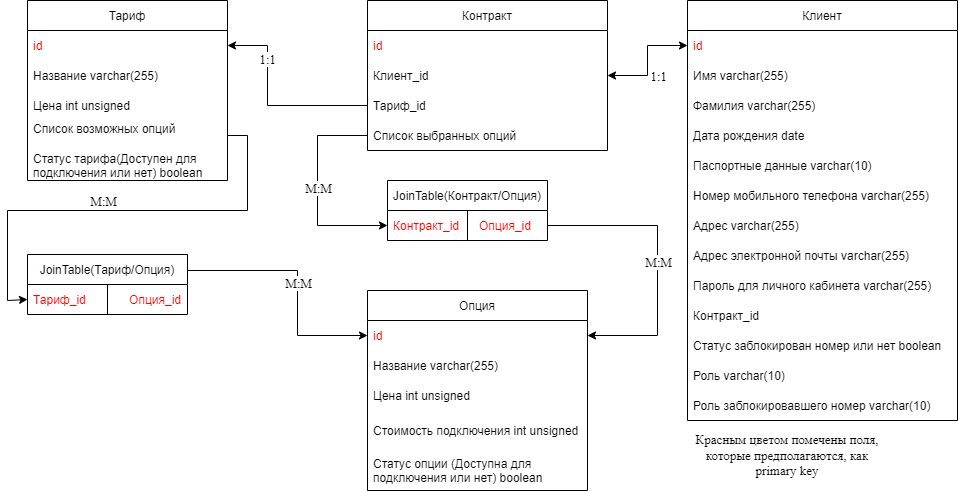
Before: database/database_scheme.png, a diagram exported from draw.io (mrKust/MobileOperatorJavaSchoolT). Source tidied: cells renumbered, new cells last; positions are measured from the earlier drawing's top-left corner, leaving out a move shared by most shapes.
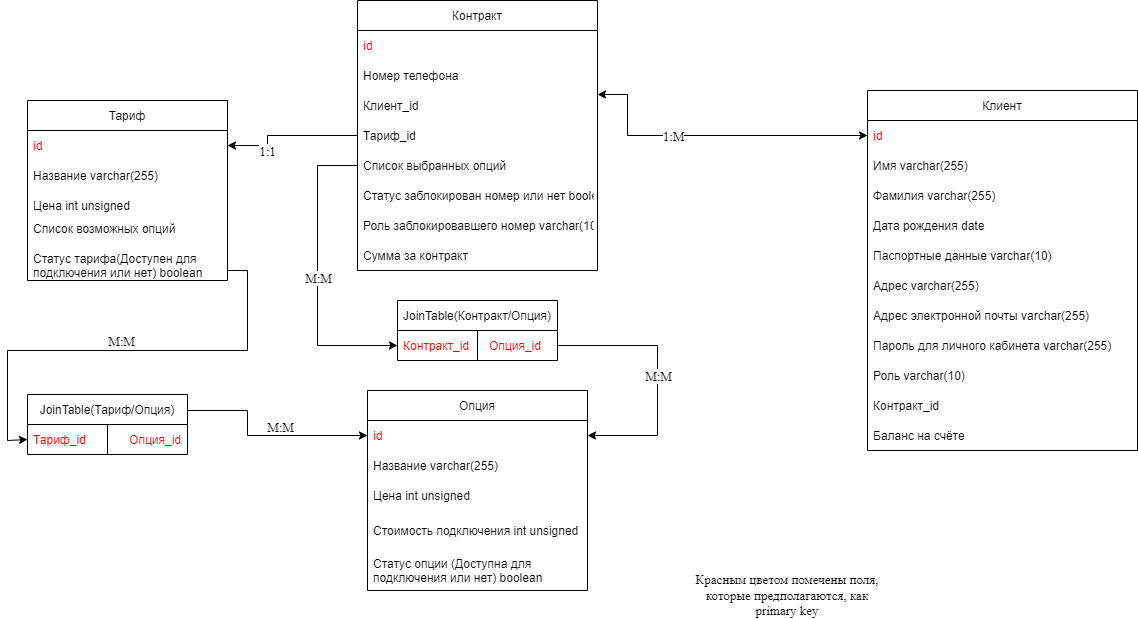
After the commit.

What changed in the source:
```diff
@@ -3,7 +3,7 @@
     <mxCell id="0" />
     <mxCell id="1" parent="0" />
     <mxCell id="2" value="Тариф" style="swimlane;fontStyle=0;horizontal=1;startSize=30;" parent="1" vertex="1">
-      <mxGeometry x="20" width="200" height="180" as="geometry" />
+      <mxGeometry x="20" y="-40" width="200" height="180" as="geometry" />
     </mxCell>
     <mxCell id="3" value="id" style="text;strokeColor=none;fillColor=none;align=left;verticalAlign=middle;spacingLeft=4;spacingRight=4;overflow=hidden;points=[[0,0.5],[1,0.5]];portConstraint=eastwest;fontStyle=0;fontColor=#FF0000;" parent="2" vertex="1">
       <mxGeometry y="30" width="200" height="30" as="geometry" />
@@ -21,7 +21,7 @@
       <mxGeometry y="150" width="200" height="30" as="geometry" />
     </mxCell>
     <mxCell id="8" value="Опция" style="swimlane;fontStyle=0;horizontal=1;startSize=30;fontColor=#000000;" parent="1" vertex="1">
-      <mxGeometry x="360" y="290" width="220" height="200" as="geometry" />
+      <mxGeometry x="360" y="250" width="220" height="200" as="geometry" />
     </mxCell>
     <mxCell id="9" value="id" style="text;strokeColor=none;fillColor=none;align=left;verticalAlign=middle;spacingLeft=4;spacingRight=4;overflow=hidden;points=[[0,0.5],[1,0.5]];portConstraint=eastwest;fontColor=#FF0000;" parent="8" vertex="1">
       <mxGeometry y="30" width="220" height="30" as="geometry" />
@@ -39,7 +39,7 @@
       <mxGeometry y="160" width="220" height="40" as="geometry" />
     </mxCell>
     <mxCell id="14" value="Клиент" style="swimlane;fontStyle=0;horizontal=1;startSize=30;fontColor=#000000;" parent="1" vertex="1">
-      <mxGeometry x="680" width="270" height="420" as="geometry" />
+      <mxGeometry x="860" y="-50" width="270" height="360" as="geometry" />
     </mxCell>
     <mxCell id="15" value="id" style="text;strokeColor=none;fillColor=none;align=left;verticalAlign=middle;spacingLeft=4;spacingRight=4;overflow=hidden;points=[[0,0.5],[1,0.5]];portConstraint=eastwest;fontColor=#FF0000;" parent="14" vertex="1">
       <mxGeometry y="30" width="270" height="30" as="geometry" />
@@ -56,68 +56,61 @@
     <mxCell id="19" value="Паспортные данные varchar(10)" style="text;strokeColor=none;fillColor=none;align=left;verticalAlign=middle;spacingLeft=4;spacingRight=4;overflow=hidden;fontColor=#000000;" parent="14" vertex="1">
       <mxGeometry y="150" width="270" height="30" as="geometry" />
     </mxCell>
-    <mxCell id="20" value="Номер мобильного телефона varchar(255)" style="text;strokeColor=none;fillColor=none;align=left;verticalAlign=middle;spacingLeft=4;spacingRight=4;overflow=hidden;fontColor=#000000;" parent="14" vertex="1">
-      <mxGeometry y="180" width="270" height="30" as="geometry" />
-    </mxCell>
     <mxCell id="21" value="Адрес varchar(255)" style="text;strokeColor=none;fillColor=none;align=left;verticalAlign=middle;spacingLeft=4;spacingRight=4;overflow=hidden;fontColor=#000000;" parent="14" vertex="1">
-      <mxGeometry y="210" width="270" height="30" as="geometry" />
+      <mxGeometry y="180" width="270" height="30" as="geometry" />
     </mxCell>
     <mxCell id="22" value="Адрес электронной почты varchar(255)" style="text;strokeColor=none;fillColor=none;align=left;verticalAlign=middle;spacingLeft=4;spacingRight=4;overflow=hidden;fontColor=#000000;" parent="14" vertex="1">
-      <mxGeometry y="240" width="270" height="30" as="geometry" />
+      <mxGeometry y="210" width="270" height="30" as="geometry" />
     </mxCell>
     <mxCell id="23" value="Пароль для личного кабинета varchar(255)" style="text;strokeColor=none;fillColor=none;align=left;verticalAlign=middle;spacingLeft=4;spacingRight=4;overflow=hidden;fontColor=#000000;" parent="14" vertex="1">
-      <mxGeometry y="270" width="270" height="30" as="geometry" />
+      <mxGeometry y="240" width="270" height="30" as="geometry" />
     </mxCell>
+    <mxCell id="26" value="Роль varchar(10)" style="text;strokeColor=none;fillColor=none;align=left;verticalAlign=middle;spacingLeft=4;spacingRight=4;overflow=hidden;fontColor=#000000;" parent="14" vertex="1">
+      <mxGeometry y="270" width="270" height="30" as="geometry" />
+    </mxCell>
     <mxCell id="24" value="Контракт_id" style="text;strokeColor=none;fillColor=none;align=left;verticalAlign=middle;spacingLeft=4;spacingRight=4;overflow=hidden;fontColor=#000000;" parent="14" vertex="1">
       <mxGeometry y="300" width="270" height="30" as="geometry" />
     </mxCell>
-    <mxCell id="25" value="Статус заблокирован номер или нет boolean" style="text;strokeColor=none;fillColor=none;align=left;verticalAlign=middle;spacingLeft=4;spacingRight=4;overflow=hidden;fontColor=#000000;" parent="14" vertex="1">
-      <mxGeometry y="330" width="270" height="30" as="geometry" />
-    </mxCell>
-    <mxCell id="26" value="Роль varchar(10)" style="text;strokeColor=none;fillColor=none;align=left;verticalAlign=middle;spacingLeft=4;spacingRight=4;overflow=hidden;fontColor=#000000;" parent="14" vertex="1">
-      <mxGeometry y="360" width="270" height="30" as="geometry" />
-    </mxCell>
-    <mxCell id="27" value="Роль заблокировавшего номер varchar(10)" style="text;strokeColor=none;fillColor=none;align=left;verticalAlign=middle;spacingLeft=4;spacingRight=4;overflow=hidden;fontColor=#000000;" parent="14" vertex="1">
-      <mxGeometry y="390" width="270" height="30" as="geometry" />
-    </mxCell>
+    <mxCell id="52" value="Баланс на счёте" style="text;strokeColor=none;fillColor=none;align=left;verticalAlign=middle;spacingLeft=4;spacingRight=4;overflow=hidden;fontColor=#000000;" parent="14" vertex="1">
+      <mxGeometry y="330" width="270" height="30" as="geometry" />
+    </mxCell>
     <mxCell id="28" value="Контракт" style="swimlane;fontStyle=0;horizontal=1;startSize=30;fontColor=#000000;" parent="1" vertex="1">
-      <mxGeometry x="360" width="240" height="150" as="geometry" />
+      <mxGeometry x="350" y="-140" width="240" height="270" as="geometry" />
     </mxCell>
     <mxCell id="29" value="id" style="text;strokeColor=none;fillColor=none;align=left;verticalAlign=middle;spacingLeft=4;spacingRight=4;overflow=hidden;fontColor=#FF0000;" parent="28" vertex="1">
       <mxGeometry y="30" width="240" height="30" as="geometry" />
     </mxCell>
+    <mxCell id="53" value="Номер телефона" style="text;strokeColor=none;fillColor=none;align=left;verticalAlign=middle;spacingLeft=4;spacingRight=4;overflow=hidden;fontColor=#000000;" parent="28" vertex="1">
+      <mxGeometry y="60" width="240" height="30" as="geometry" />
+    </mxCell>
     <mxCell id="30" value="Клиент_id" style="text;strokeColor=none;fillColor=none;align=left;verticalAlign=middle;spacingLeft=4;spacingRight=4;overflow=hidden;points=[[0,0.5],[1,0.5]];portConstraint=eastwest;fontColor=#000000;" parent="28" vertex="1">
-      <mxGeometry y="60" width="240" height="30" as="geometry" />
+      <mxGeometry y="90" width="240" height="30" as="geometry" />
     </mxCell>
     <mxCell id="31" value="Тариф_id" style="text;strokeColor=none;fillColor=none;align=left;verticalAlign=middle;spacingLeft=4;spacingRight=4;overflow=hidden;points=[[0,0.5],[1,0.5]];portConstraint=eastwest;fontColor=#000000;" parent="28" vertex="1">
-      <mxGeometry y="90" width="240" height="30" as="geometry" />
+      <mxGeometry y="120" width="240" height="30" as="geometry" />
     </mxCell>
     <mxCell id="32" value="Список выбранных опций" style="text;strokeColor=none;fillColor=none;align=left;verticalAlign=middle;spacingLeft=4;spacingRight=4;overflow=hidden;points=[[0,0.5],[1,0.5]];portConstraint=eastwest;fontColor=#000000;" parent="28" vertex="1">
-      <mxGeometry y="120" width="240" height="30" as="geometry" />
+      <mxGeometry y="150" width="240" height="30" as="geometry" />
     </mxCell>
+    <mxCell id="25" value="Статус заблокирован номер или нет boolean" style="text;strokeColor=none;fillColor=none;align=left;verticalAlign=middle;spacingLeft=4;spacingRight=4;overflow=hidden;fontColor=#000000;" parent="28" vertex="1">
+      <mxGeometry y="180" width="240" height="30" as="geometry" />
+    </mxCell>
+    <mxCell id="27" value="Роль заблокировавшего номер varchar(10)" style="text;strokeColor=none;fillColor=none;align=left;verticalAlign=middle;spacingLeft=4;spacingRight=4;overflow=hidden;fontColor=#000000;" parent="28" vertex="1">
+      <mxGeometry y="210" width="240" height="30" as="geometry" />
+    </mxCell>
+    <mxCell id="54" value="Сумма за контракт" style="text;strokeColor=none;fillColor=none;align=left;verticalAlign=middle;spacingLeft=4;spacingRight=4;overflow=hidden;fontColor=#000000;" parent="28" vertex="1">
+      <mxGeometry y="240" width="240" height="30" as="geometry" />
+    </mxCell>
     <mxCell id="33" style="endArrow=none;startArrow=classic;html=1;rounded=0;fontColor=#FF0000;exitX=1;exitY=0.5;exitDx=0;exitDy=0;entryX=0;entryY=0.5;entryDx=0;entryDy=0;fontFamily=Times New Roman;fontSize=13;edgeStyle=orthogonalEdgeStyle;startFill=1;endFill=0;" parent="1" edge="1" source="3" target="31">
       <mxGeometry relative="1" as="geometry">
         <Array as="points">
-          <mxPoint x="260" y="45" />
-          <mxPoint x="260" y="105" />
+          <mxPoint x="260" y="5" />
+          <mxPoint x="260" y="-5" />
         </Array>
       </mxGeometry>
     </mxCell>
-    <mxCell id="34" style="endArrow=classic;startArrow=classic;html=1;rounded=0;fontFamily=Times New Roman;fontSize=13;fontColor=#000000;entryX=0;entryY=0.5;entryDx=0;entryDy=0;exitX=1;exitY=0.5;exitDx=0;exitDy=0;edgeStyle=orthogonalEdgeStyle;startFill=1;" parent="1" edge="1" source="30" target="15">
-      <mxGeometry relative="1" as="geometry">
-        <Array as="points">
-          <mxPoint x="640" y="75" />
-          <mxPoint x="640" y="45" />
-        </Array>
-      </mxGeometry>
-    </mxCell>
-    <mxCell id="35" value="1:1" style="edgeLabel;html=1;align=center;verticalAlign=middle;fontSize=13;fontFamily=Times New Roman;fontColor=#000000;" parent="34" vertex="1">
-      <mxGeometry x="-0.33" y="-2" relative="1" as="geometry">
-        <mxPoint x="13" y="-2" as="offset" />
-      </mxGeometry>
-    </mxCell>
     <mxCell id="36" value="1:1" style="edgeLabel;html=1;align=center;verticalAlign=middle;fontSize=13;fontFamily=Times New Roman;fontColor=#000000;" parent="1" vertex="1">
-      <mxGeometry x="259" y="58" as="geometry" />
+      <mxGeometry x="259" y="10" as="geometry" />
     </mxCell>
     <mxCell id="37" value="Красным цветом помечены поля, которые предполагаются, как primary key" style="text;html=1;strokeColor=none;fillColor=none;align=center;verticalAlign=middle;whiteSpace=wrap;rounded=0;fontFamily=Times New Roman;fontSize=13;fontColor=#000000;" parent="1" vertex="1">
       <mxGeometry x="680" y="440" width="200" height="30" as="geometry" />
@@ -125,8 +118,8 @@
     <mxCell id="38" style="endArrow=classic;html=1;rounded=0;entryX=0;entryY=0.5;entryDx=0;entryDy=0;edgeStyle=orthogonalEdgeStyle;fontFamily=Times New Roman;exitX=0;exitY=0.5;exitDx=0;exitDy=0;" parent="1" edge="1" source="32" target="44">
       <mxGeometry relative="1" as="geometry">
         <Array as="points">
-          <mxPoint x="310" y="135" />
-          <mxPoint x="310" y="225" />
+          <mxPoint x="310" y="25" />
+          <mxPoint x="310" y="205" />
         </Array>
       </mxGeometry>
     </mxCell>
@@ -148,7 +141,7 @@
       </mxGeometry>
     </mxCell>
     <mxCell id="43" value="JoinTable(Контракт/Опция)" style="swimlane;fontStyle=0;horizontal=1;startSize=30;" parent="1" vertex="1">
-      <mxGeometry x="380" y="180" width="160" height="60" as="geometry" />
+      <mxGeometry x="390" y="160" width="160" height="60" as="geometry" />
     </mxCell>
     <mxCell id="44" value="Контракт_id      Опция_id" style="text;strokeColor=none;fillColor=none;align=left;verticalAlign=middle;spacingLeft=4;spacingRight=4;overflow=hidden;points=[[0,0.5],[1,0.5]];portConstraint=eastwest;fontStyle=0;fontColor=#FF0000;" parent="43" vertex="1">
       <mxGeometry y="30" width="160" height="30" as="geometry" />
@@ -162,8 +155,8 @@
     <mxCell id="46" style="endArrow=classic;html=1;rounded=0;entryX=1;entryY=0.5;entryDx=0;entryDy=0;edgeStyle=orthogonalEdgeStyle;fontFamily=Times New Roman;exitX=1;exitY=0.5;exitDx=0;exitDy=0;" parent="1" edge="1" source="44" target="9">
       <mxGeometry relative="1" as="geometry">
         <Array as="points">
-          <mxPoint x="650" y="225" />
-          <mxPoint x="650" y="335" />
+          <mxPoint x="650" y="205" />
+          <mxPoint x="650" y="295" />
         </Array>
       </mxGeometry>
     </mxCell>
@@ -175,7 +168,8 @@
     <mxCell id="48" style="endArrow=classic;html=1;rounded=0;entryX=0;entryY=0.5;entryDx=0;entryDy=0;edgeStyle=orthogonalEdgeStyle;fontFamily=Times New Roman;exitX=1;exitY=0.5;exitDx=0;exitDy=0;" parent="1" edge="1" source="6" target="41">
       <mxGeometry relative="1" as="geometry">
         <Array as="points">
-          <mxPoint x="240" y="135" />
+          <mxPoint x="220" y="130" />
+          <mxPoint x="240" y="130" />
           <mxPoint x="240" y="210" />
           <mxPoint y="210" />
           <mxPoint y="300" />
@@ -191,8 +185,8 @@
       <mxGeometry relative="1" as="geometry">
         <mxPoint x="180" y="270" as="sourcePoint" />
         <Array as="points">
-          <mxPoint x="290" y="270" />
-          <mxPoint x="290" y="335" />
+          <mxPoint x="240" y="270" />
+          <mxPoint x="240" y="295" />
         </Array>
       </mxGeometry>
     </mxCell>
@@ -201,5 +195,18 @@
         <mxPoint x="4" y="-13" as="offset" />
       </mxGeometry>
     </mxCell>
+    <mxCell id="34" style="endArrow=classic;startArrow=classic;html=1;rounded=0;fontFamily=Times New Roman;fontSize=13;fontColor=#000000;exitX=1;exitY=0.133;exitDx=0;exitDy=0;edgeStyle=orthogonalEdgeStyle;startFill=1;entryX=0;entryY=0.5;entryDx=0;entryDy=0;exitPerimeter=0;" parent="1" edge="1" source="30" target="15">
+      <mxGeometry relative="1" as="geometry">
+        <Array as="points">
+          <mxPoint x="620" y="-46" />
+          <mxPoint x="620" y="-5" />
+        </Array>
+      </mxGeometry>
+    </mxCell>
+    <mxCell id="55" value="1:M" style="edgeLabel;html=1;align=center;verticalAlign=middle;fontSize=13;fontFamily=Times New Roman;fontColor=#000000;" parent="34" vertex="1">
+      <mxGeometry x="-0.33" y="-2" relative="1" as="geometry">
+        <mxPoint x="13" y="-2" as="offset" />
+      </mxGeometry>
+    </mxCell>
   </root>
 </mxGraphModel>
```
